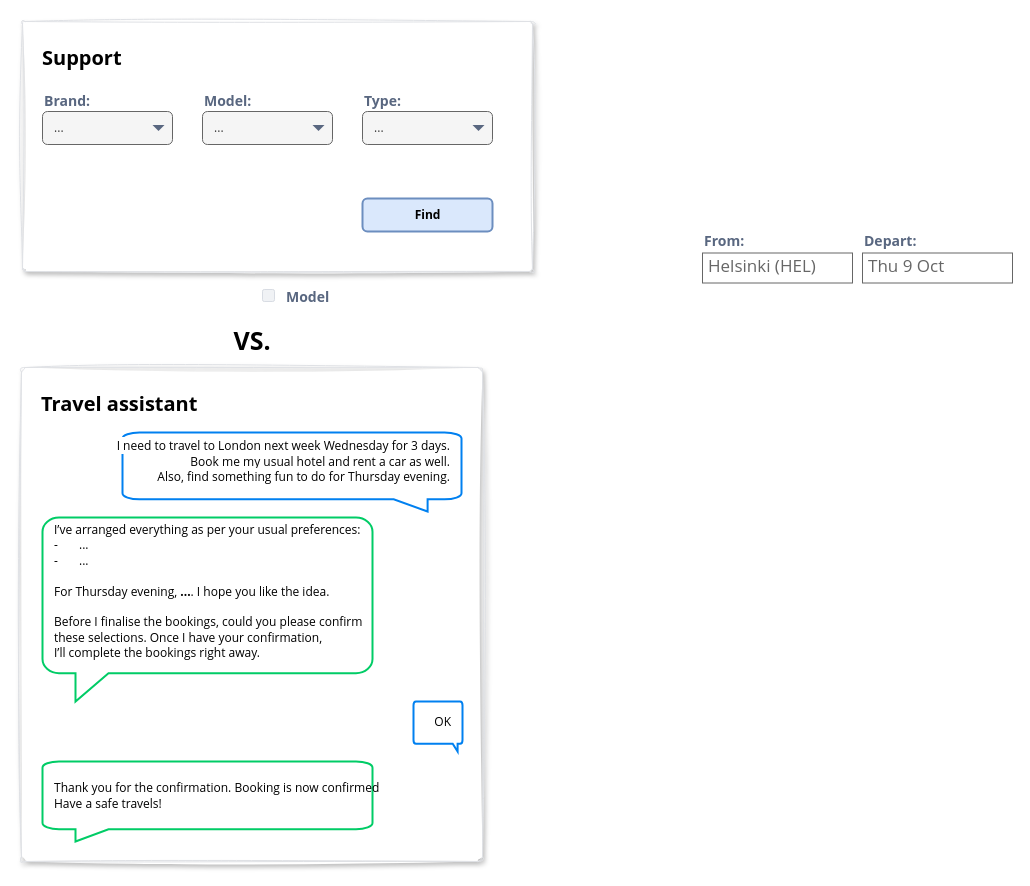
The draw.io diagram page "Scenario 3" (4 of 4) of docs/assets/posts/drafts/traditional-app-vs-chat-based-app/traditional-app-vs-chat-based-app.drawio in JanneMattila/www, before the edit. Source tidied: cells renumbered, new cells numbered last; positions are measured from the earlier drawing's top-left corner, leaving out a move shared by most shapes. Both pictures are drawn from the tidied source at 100%, with x=0, y=0 at pixel (21, 21).
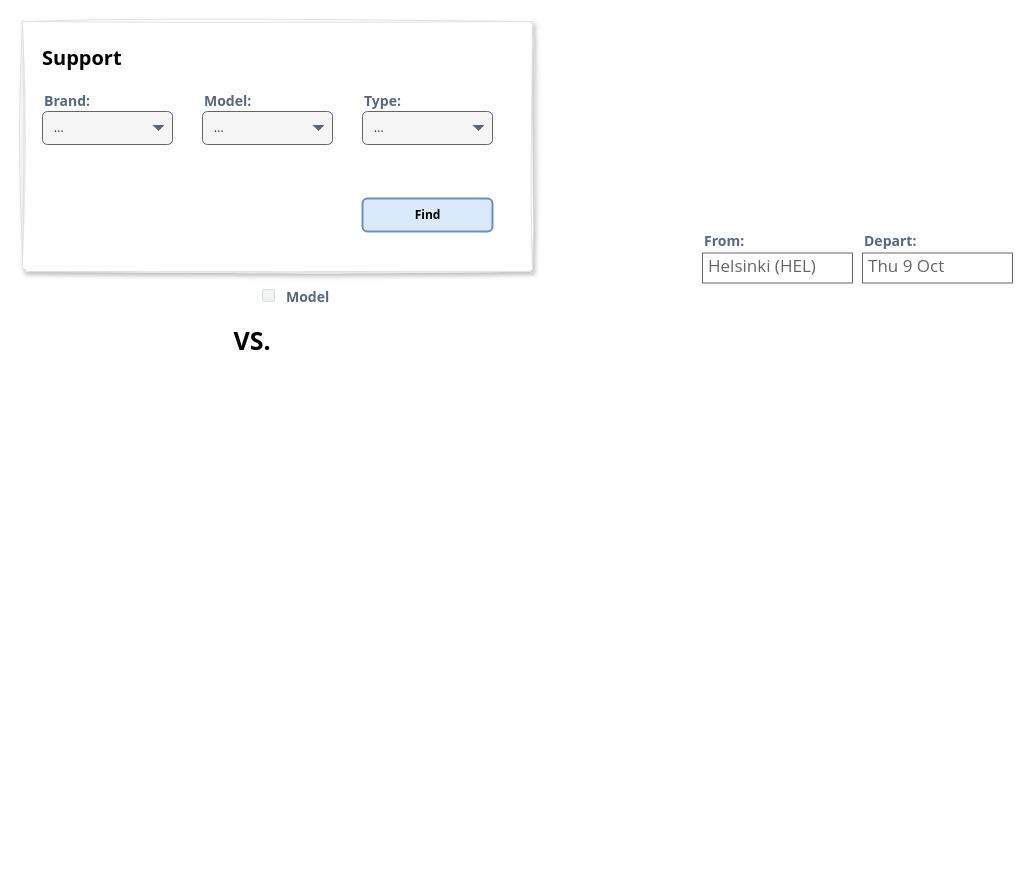
After the change.

What changed in the source:
```diff
@@
-    <mxCell id="9" value="Travel assistant" style="html=1;rounded=1;fillColor=#ffffff;strokeColor=#DFE1E5;fontSize=20;align=left;fontColor=#000000;shadow=1;arcSize=1;whiteSpace=wrap;spacing=20;verticalAlign=top;fontStyle=1;sketch=1;hachureGap=4;jiggle=2;curveFitting=1;fontFamily=Segoe UI;" parent="1" vertex="1">
-      <mxGeometry y="346" width="461" height="494" as="geometry" />
-    </mxCell>
-    <mxCell id="10" style="html=1;verticalLabelPosition=middle;align=right;labelBackgroundColor=#ffffff;verticalAlign=middle;strokeWidth=2;strokeColor=#0080F0;shadow=0;dashed=0;shape=mxgraph.ios7.icons.message;hachureGap=4;fontFamily=Segoe UI;labelPosition=center;" parent="1" vertex="1">
-      <mxGeometry x="101" y="411" width="339" height="79" as="geometry" />
-    </mxCell>
-    <mxCell id="11" style="html=1;verticalLabelPosition=middle;align=left;labelBackgroundColor=#ffffff;verticalAlign=middle;strokeWidth=2;strokeColor=#00CC66;shadow=0;dashed=0;shape=mxgraph.ios7.icons.message;hachureGap=4;fontFamily=Segoe UI;labelPosition=center;flipH=1;" parent="1" vertex="1">
-      <mxGeometry x="21" y="496" width="330" height="184" as="geometry" />
-    </mxCell>
@@
-    <mxCell id="13" value="&lt;span style=&quot;color: rgb(0, 0, 0); font-family: &amp;quot;Segoe UI&amp;quot;; font-size: 12px; font-style: normal; font-variant-ligatures: normal; font-variant-caps: normal; font-weight: 400; letter-spacing: normal; orphans: 2; text-indent: 0px; text-transform: none; widows: 2; word-spacing: 0px; -webkit-text-stroke-width: 0px; white-space: nowrap; background-color: rgb(255, 255, 255); text-decoration-thickness: initial; text-decoration-style: initial; text-decoration-color: initial; float: none; display: inline !important;&quot;&gt;I need to travel to London next week Wednesday for 3 days. &lt;br&gt;Book me my usual hotel and rent a car as well.&lt;br&gt;Also, find something fun to do for Thursday evening.&lt;/span&gt;" style="text;whiteSpace=wrap;html=1;fontFamily=Architects Daughter;align=right;verticalAlign=middle;" parent="1" vertex="1">
-      <mxGeometry x="181" y="425" width="250" height="32" as="geometry" />
-    </mxCell>
-    <mxCell id="14" value="&lt;div&gt;&lt;font face=&quot;Segoe UI&quot;&gt;&lt;span style=&quot;text-wrap-mode: nowrap;&quot;&gt;I’ve arranged everything as per your usual preferences:&lt;/span&gt;&lt;/font&gt;&lt;/div&gt;&lt;div&gt;&lt;font face=&quot;Segoe UI&quot;&gt;&lt;span style=&quot;text-wrap-mode: nowrap;&quot;&gt;-&lt;span style=&quot;white-space:pre&quot;&gt;&#9;&lt;/span&gt;...&lt;/span&gt;&lt;/font&gt;&lt;/div&gt;&lt;div&gt;&lt;font face=&quot;Segoe UI&quot;&gt;&lt;span style=&quot;text-wrap-mode: nowrap;&quot;&gt;-&lt;span style=&quot;white-space:pre&quot;&gt;&#9;&lt;/span&gt;...&lt;/span&gt;&lt;/font&gt;&lt;/div&gt;&lt;div&gt;&lt;font face=&quot;Segoe UI&quot;&gt;&lt;span style=&quot;text-wrap-mode: nowrap;&quot;&gt;&lt;br&gt;&lt;/span&gt;&lt;/font&gt;&lt;/div&gt;&lt;div&gt;&lt;font face=&quot;Segoe UI&quot;&gt;&lt;span style=&quot;text-wrap-mode: nowrap;&quot;&gt;For Thursday evening, &lt;b&gt;...&lt;/b&gt;. I hope you like the idea.&lt;br&gt;&lt;br&gt;Before I finalise the bookings, could you please confirm &lt;br&gt;these selections.&amp;nbsp;&lt;/span&gt;&lt;/font&gt;&lt;span style=&quot;text-wrap-mode: nowrap; font-family: &amp;quot;Segoe UI&amp;quot;; background-color: transparent; color: light-dark(rgb(0, 0, 0), rgb(255, 255, 255));&quot;&gt;Once I have your confirmation, &lt;br&gt;I’ll complete the bookings right away.&lt;/span&gt;&lt;/div&gt;&lt;div&gt;&lt;br&gt;&lt;/div&gt;" style="text;whiteSpace=wrap;html=1;fontFamily=Architects Daughter;align=left;verticalAlign=middle;" parent="1" vertex="1">
-      <mxGeometry x="31" y="513" width="310" height="130" as="geometry" />
-    </mxCell>
@@
-    <mxCell id="17" style="html=1;verticalLabelPosition=middle;align=right;labelBackgroundColor=#ffffff;verticalAlign=middle;strokeWidth=2;strokeColor=#0080F0;shadow=0;dashed=0;shape=mxgraph.ios7.icons.message;hachureGap=4;fontFamily=Segoe UI;labelPosition=center;" parent="1" vertex="1">
-      <mxGeometry x="392" y="680" width="49" height="50" as="geometry" />
-    </mxCell>
-    <mxCell id="18" value="&lt;font face=&quot;Segoe UI&quot;&gt;&lt;span style=&quot;text-wrap-mode: nowrap; background-color: rgb(255, 255, 255);&quot;&gt;OK&lt;/span&gt;&lt;/font&gt;" style="text;whiteSpace=wrap;html=1;fontFamily=Architects Daughter;align=right;verticalAlign=middle;" parent="1" vertex="1">
-      <mxGeometry x="392" y="680" width="40" height="41" as="geometry" />
-    </mxCell>
-    <mxCell id="19" style="html=1;verticalLabelPosition=middle;align=left;labelBackgroundColor=#ffffff;verticalAlign=middle;strokeWidth=2;strokeColor=#00CC66;shadow=0;dashed=0;shape=mxgraph.ios7.icons.message;hachureGap=4;fontFamily=Segoe UI;labelPosition=center;flipH=1;" parent="1" vertex="1">
-      <mxGeometry x="21" y="740" width="330" height="80" as="geometry" />
-    </mxCell>
-    <mxCell id="20" value="&lt;div&gt;&lt;font face=&quot;Segoe UI&quot;&gt;&lt;span style=&quot;text-wrap-mode: nowrap;&quot;&gt;Thank you for the confirmation. Booking is now confirmed&lt;br&gt;Have a safe travels!&lt;/span&gt;&lt;/font&gt;&lt;/div&gt;" style="text;whiteSpace=wrap;html=1;fontFamily=Architects Daughter;align=left;verticalAlign=middle;" parent="1" vertex="1">
-      <mxGeometry x="31" y="740" width="310" height="70" as="geometry" />
-    </mxCell>
```
